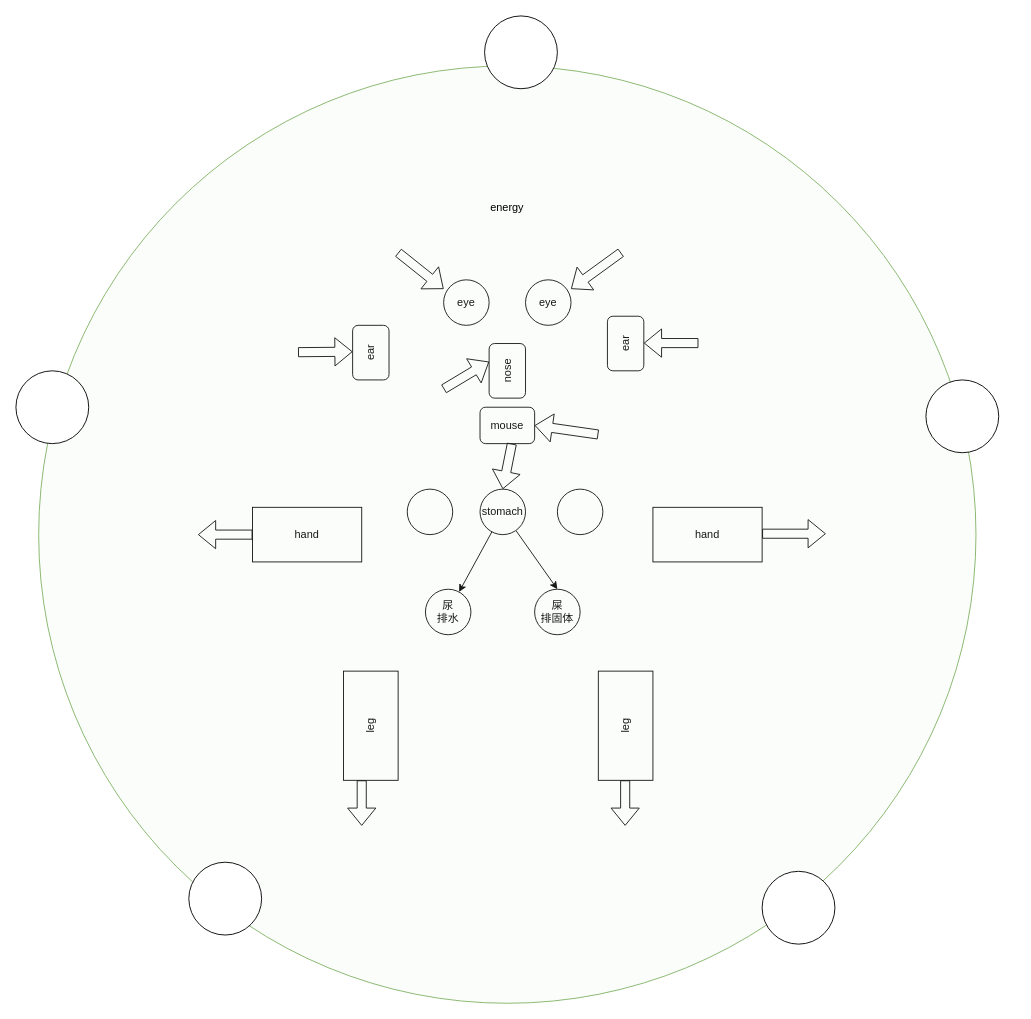
Earlier version of the draw.io diagram python-person/person.drawio (chasedr/gaming). Source tidied: cells renumbered, new cells numbered last; positions are measured from the earlier drawing's top-left corner, leaving out a move shared by most shapes. Both pictures are drawn from the tidied source at 91%, with x=0, y=0 at pixel (15, 15).
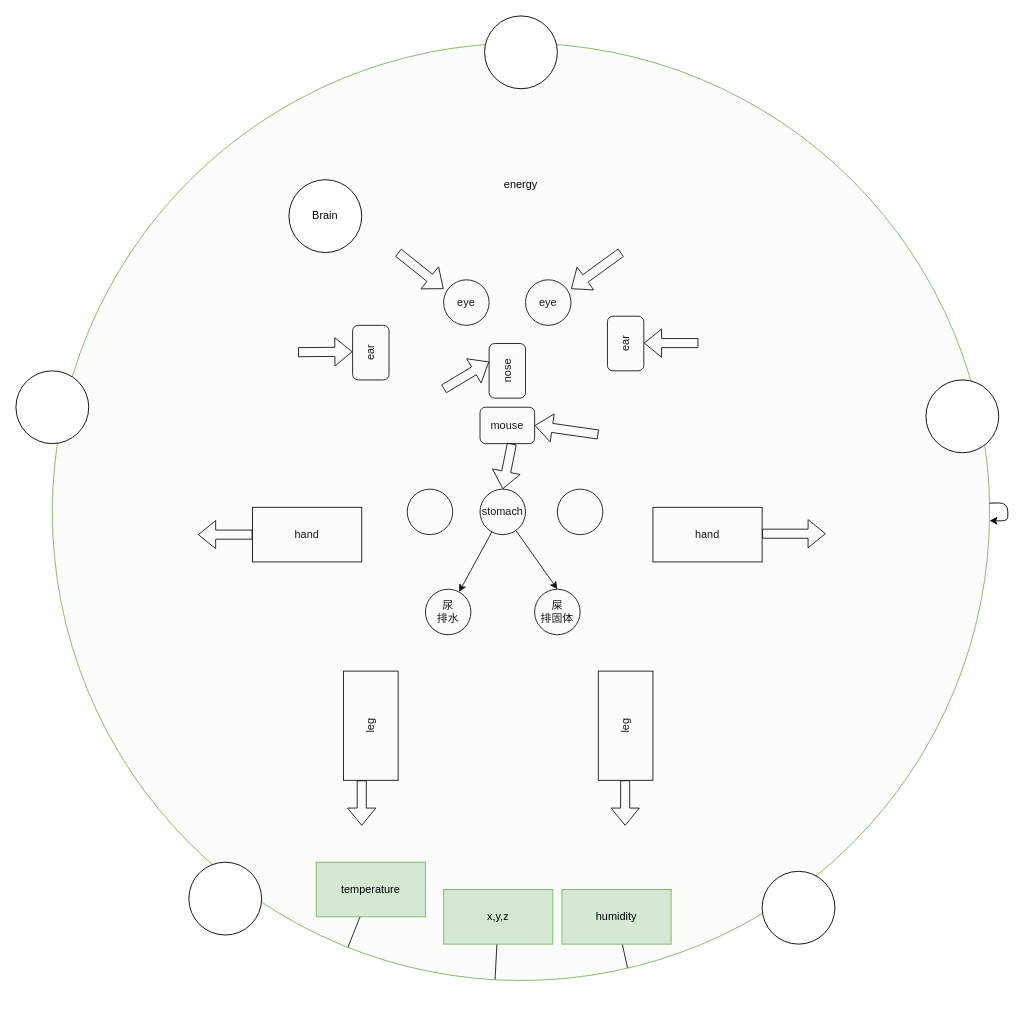
Above is the later version.

The edit, as a diff of the source:
```diff
@@
+    <mxCell id="36" style="edgeStyle=none;html=1;" parent="1" edge="1" source="30" target="39">
+      <mxGeometry relative="1" as="geometry" />
+    </mxCell>
+    <mxCell id="37" style="edgeStyle=none;html=1;" parent="1" edge="1" source="30" target="41">
+      <mxGeometry relative="1" as="geometry" />
+    </mxCell>
+    <mxCell id="38" style="edgeStyle=none;html=1;" parent="1" edge="1" source="30" target="42">
+      <mxGeometry relative="1" as="geometry" />
+    </mxCell>
     <mxCell id="30" value="energy&lt;div&gt;&lt;br&gt;&lt;/div&gt;&lt;div&gt;&lt;br&gt;&lt;/div&gt;&lt;div&gt;&lt;br&gt;&lt;/div&gt;&lt;div&gt;&lt;br&gt;&lt;/div&gt;&lt;div&gt;&lt;br&gt;&lt;/div&gt;&lt;div&gt;&lt;br&gt;&lt;/div&gt;&lt;div&gt;&lt;br&gt;&lt;/div&gt;&lt;div&gt;&lt;br&gt;&lt;/div&gt;&lt;div&gt;&lt;br&gt;&lt;/div&gt;&lt;div&gt;&lt;br&gt;&lt;/div&gt;&lt;div&gt;&lt;br&gt;&lt;/div&gt;&lt;div&gt;&lt;br&gt;&lt;/div&gt;&lt;div&gt;&lt;br&gt;&lt;/div&gt;&lt;div&gt;&lt;br&gt;&lt;/div&gt;&lt;div&gt;&lt;br&gt;&lt;/div&gt;&lt;div&gt;&lt;br&gt;&lt;/div&gt;&lt;div&gt;&lt;br&gt;&lt;/div&gt;&lt;div&gt;&lt;br&gt;&lt;/div&gt;&lt;div&gt;&lt;br&gt;&lt;/div&gt;&lt;div&gt;&lt;br&gt;&lt;/div&gt;&lt;div&gt;&lt;br&gt;&lt;/div&gt;&lt;div&gt;&lt;br&gt;&lt;/div&gt;&lt;div&gt;&lt;br&gt;&lt;/div&gt;&lt;div&gt;&lt;br&gt;&lt;/div&gt;&lt;div&gt;&lt;br&gt;&lt;/div&gt;&lt;div&gt;&lt;br&gt;&lt;/div&gt;&lt;div&gt;&lt;br&gt;&lt;/div&gt;&lt;div&gt;&lt;br&gt;&lt;/div&gt;&lt;div&gt;&lt;br&gt;&lt;/div&gt;&lt;div&gt;&lt;br&gt;&lt;/div&gt;&lt;div&gt;&lt;br&gt;&lt;/div&gt;&lt;div&gt;&lt;br&gt;&lt;/div&gt;&lt;div&gt;&lt;br&gt;&lt;/div&gt;&lt;div&gt;&lt;br&gt;&lt;/div&gt;&lt;div&gt;&lt;br&gt;&lt;/div&gt;&lt;div&gt;&lt;br&gt;&lt;/div&gt;&lt;div&gt;&lt;br&gt;&lt;/div&gt;&lt;div&gt;&lt;br&gt;&lt;/div&gt;&lt;div&gt;&lt;br&gt;&lt;/div&gt;&lt;div&gt;&lt;br&gt;&lt;/div&gt;&lt;div&gt;&lt;br&gt;&lt;/div&gt;&lt;div&gt;&lt;br&gt;&lt;/div&gt;&lt;div&gt;&lt;br&gt;&lt;/div&gt;&lt;div&gt;&lt;br&gt;&lt;/div&gt;&lt;div&gt;&lt;br&gt;&lt;/div&gt;&lt;div&gt;&lt;br&gt;&lt;/div&gt;&lt;div&gt;&lt;br&gt;&lt;/div&gt;&lt;div&gt;&lt;br&gt;&lt;/div&gt;&lt;div&gt;&lt;br&gt;&lt;/div&gt;&lt;div&gt;&lt;br&gt;&lt;/div&gt;" style="ellipse;whiteSpace=wrap;html=1;fillColor=#d5e8d4;strokeColor=#82b366;fillOpacity=10;" parent="1" vertex="1">
-      <mxGeometry x="25" y="55" width="1030" height="1030" as="geometry" />
+      <mxGeometry x="40" y="30" width="1030" height="1030" as="geometry" />
     </mxCell>
@@
+    <mxCell id="39" value="x,y,z" style="whiteSpace=wrap;html=1;fillColor=#d5e8d4;strokeColor=#82b366;" parent="1" vertex="1">
+      <mxGeometry x="470" y="960" width="120" height="60" as="geometry" />
+    </mxCell>
+    <mxCell id="40" style="edgeStyle=none;html=1;" parent="1" edge="1" source="30" target="30">
+      <mxGeometry relative="1" as="geometry" />
+    </mxCell>
+    <mxCell id="41" value="temperature" style="whiteSpace=wrap;html=1;fillColor=#d5e8d4;strokeColor=#82b366;" parent="1" vertex="1">
+      <mxGeometry x="330" y="930" width="120" height="60" as="geometry" />
+    </mxCell>
+    <mxCell id="42" value="humidity" style="whiteSpace=wrap;html=1;fillColor=#d5e8d4;strokeColor=#82b366;" parent="1" vertex="1">
+      <mxGeometry x="600" y="960" width="120" height="60" as="geometry" />
+    </mxCell>
+    <mxCell id="43" value="Brain" style="ellipse;whiteSpace=wrap;html=1;" parent="1" vertex="1">
+      <mxGeometry x="300" y="180" width="80" height="80" as="geometry" />
+    </mxCell>
```
